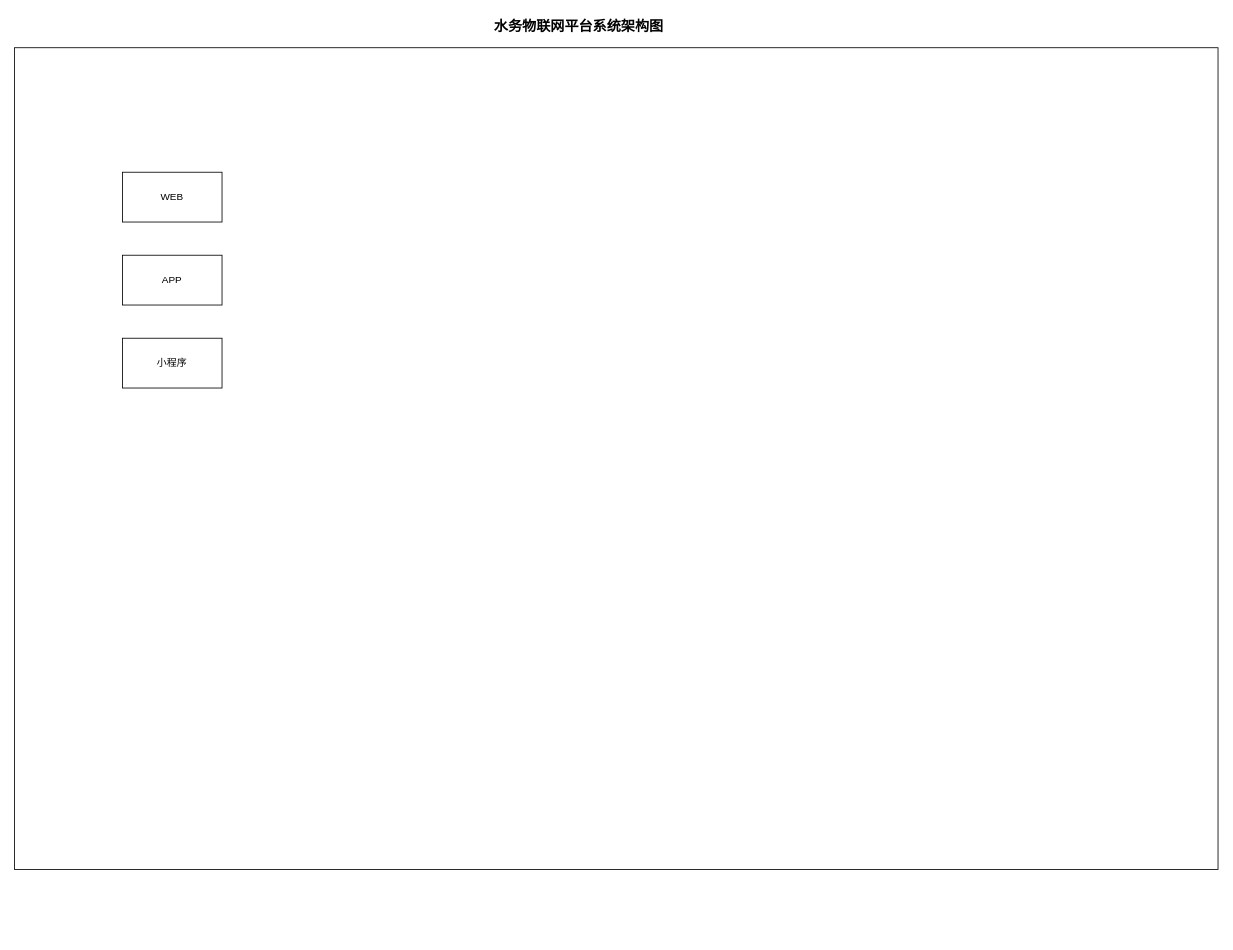
cn-wwl/draw keeps this draw.io diagram as diagrams/水务物联网平台系统架构图.drawio. Above is the earlier version. Source tidied: cells renumbered, new cells numbered last; positions are measured from the earlier drawing's top-left corner, leaving out a move shared by most shapes. Both pictures are drawn from the tidied source at 83%, with x=0, y=0 at pixel (14, 14).
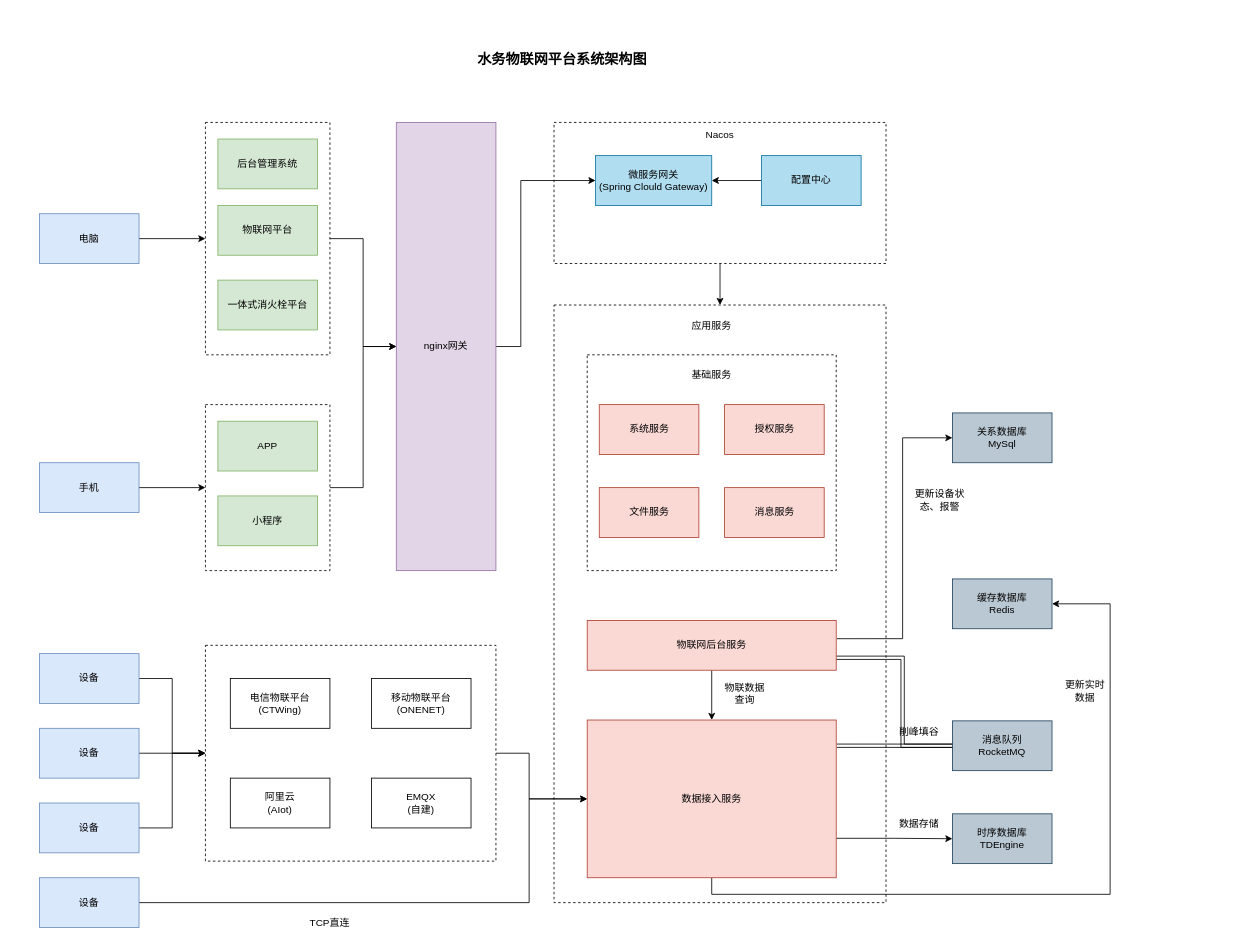
The same page after the edit.

Commit message:
更新水务物联网平台系统架构图.drawio

The edit, as a diff of the source:
```diff
@@
-    <mxCell id="2" style="rounded=0;whiteSpace=wrap;html=1;" parent="1" vertex="1">
-      <mxGeometry y="40" width="1450" height="990" as="geometry" />
-    </mxCell>
+    <mxCell id="7" style="rounded=0;whiteSpace=wrap;html=1;fillColor=none;dashed=1;" parent="1" vertex="1">
+      <mxGeometry x="650" y="350" width="400" height="720" as="geometry" />
+    </mxCell>
+    <mxCell id="8" style="edgeStyle=orthogonalEdgeStyle;rounded=0;jettySize=auto;html=1;exitX=0.5;exitY=1;exitDx=0;exitDy=0;" parent="1" edge="1" source="9" target="7">
+      <mxGeometry relative="1" as="geometry" />
+    </mxCell>
+    <mxCell id="9" style="rounded=0;whiteSpace=wrap;html=1;fillColor=none;dashed=1;" parent="1" vertex="1">
+      <mxGeometry x="650" y="130" width="400" height="170" as="geometry" />
+    </mxCell>
+    <mxCell id="10" style="edgeStyle=orthogonalEdgeStyle;rounded=0;jettySize=auto;html=1;exitX=1;exitY=0.5;exitDx=0;exitDy=0;entryX=0;entryY=0.5;entryDx=0;entryDy=0;" parent="1" edge="1" source="11" target="21">
+      <mxGeometry relative="1" as="geometry" />
+    </mxCell>
+    <mxCell id="11" style="rounded=0;whiteSpace=wrap;html=1;fillColor=none;dashed=1;" parent="1" vertex="1">
+      <mxGeometry x="230" y="470" width="150" height="200" as="geometry" />
+    </mxCell>
+    <mxCell id="12" style="edgeStyle=orthogonalEdgeStyle;rounded=0;jettySize=auto;html=1;exitX=1;exitY=0.5;exitDx=0;exitDy=0;entryX=0;entryY=0.5;entryDx=0;entryDy=0;" parent="1" edge="1" source="13" target="21">
+      <mxGeometry relative="1" as="geometry" />
+    </mxCell>
+    <mxCell id="13" style="rounded=0;whiteSpace=wrap;html=1;fillColor=none;dashed=1;" parent="1" vertex="1">
+      <mxGeometry x="230" y="130" width="150" height="280" as="geometry" />
+    </mxCell>
+    <mxCell id="14" style="edgeStyle=orthogonalEdgeStyle;rounded=0;jettySize=auto;html=1;exitX=1;exitY=0.5;exitDx=0;exitDy=0;entryX=0;entryY=0.5;entryDx=0;entryDy=0;" parent="1" edge="1" source="3" target="13">
+      <mxGeometry relative="1" as="geometry" />
+    </mxCell>
-    <mxCell id="3" value="WEB" style="rounded=0;whiteSpace=wrap;html=1;" parent="1" vertex="1">
-      <mxGeometry x="130" y="190" width="120" height="60" as="geometry" />
+    <mxCell id="3" value="电脑" style="rounded=0;whiteSpace=wrap;html=1;fillColor=#dae8fc;strokeColor=#6c8ebf;" parent="1" vertex="1">
+      <mxGeometry x="30" y="240" width="120" height="60" as="geometry" />
     </mxCell>
     <mxCell id="4" value="&lt;b&gt;&lt;font style=&quot;font-size: 17px;&quot;&gt;水务物联网平台系统架构图&lt;/font&gt;&lt;/b&gt;" style="text;html=1;align=center;verticalAlign=middle;whiteSpace=wrap;rounded=0;" parent="1" vertex="1">
-      <mxGeometry x="570" width="220" height="30" as="geometry" />
+      <mxGeometry x="550" y="40" width="220" height="30" as="geometry" />
     </mxCell>
+    <mxCell id="15" value="后台管理系统" style="rounded=0;whiteSpace=wrap;html=1;fillColor=#d5e8d4;strokeColor=#82b366;" parent="1" vertex="1">
+      <mxGeometry x="245" y="150" width="120" height="60" as="geometry" />
+    </mxCell>
+    <mxCell id="16" value="物联网平台" style="rounded=0;whiteSpace=wrap;html=1;fillColor=#d5e8d4;strokeColor=#82b366;" parent="1" vertex="1">
+      <mxGeometry x="245" y="230" width="120" height="60" as="geometry" />
+    </mxCell>
+    <mxCell id="17" value="一体式消火栓平台" style="rounded=0;whiteSpace=wrap;html=1;fillColor=#d5e8d4;strokeColor=#82b366;" parent="1" vertex="1">
+      <mxGeometry x="245" y="320" width="120" height="60" as="geometry" />
+    </mxCell>
-    <mxCell id="5" value="小程序" style="rounded=0;whiteSpace=wrap;html=1;" parent="1" vertex="1">
-      <mxGeometry x="130" y="390" width="120" height="60" as="geometry" />
+    <mxCell id="5" value="小程序" style="rounded=0;whiteSpace=wrap;html=1;fillColor=#d5e8d4;strokeColor=#82b366;" parent="1" vertex="1">
+      <mxGeometry x="245" y="580" width="120" height="60" as="geometry" />
     </mxCell>
-    <mxCell id="6" value="APP" style="rounded=0;whiteSpace=wrap;html=1;" parent="1" vertex="1">
-      <mxGeometry x="130" y="290" width="120" height="60" as="geometry" />
+    <mxCell id="6" value="APP" style="rounded=0;whiteSpace=wrap;html=1;fillColor=#d5e8d4;strokeColor=#82b366;" parent="1" vertex="1">
+      <mxGeometry x="245" y="490" width="120" height="60" as="geometry" />
     </mxCell>
+    <mxCell id="18" style="edgeStyle=orthogonalEdgeStyle;rounded=0;jettySize=auto;html=1;exitX=1;exitY=0.5;exitDx=0;exitDy=0;entryX=0;entryY=0.5;entryDx=0;entryDy=0;" parent="1" edge="1" source="19" target="11">
+      <mxGeometry relative="1" as="geometry" />
+    </mxCell>
+    <mxCell id="19" value="手机" style="rounded=0;whiteSpace=wrap;html=1;fillColor=#dae8fc;strokeColor=#6c8ebf;" parent="1" vertex="1">
+      <mxGeometry x="30" y="540" width="120" height="60" as="geometry" />
+    </mxCell>
+    <mxCell id="20" style="edgeStyle=orthogonalEdgeStyle;rounded=0;jettySize=auto;html=1;exitX=1;exitY=0.5;exitDx=0;exitDy=0;entryX=0;entryY=0.5;entryDx=0;entryDy=0;" parent="1" edge="1" source="21" target="53">
+      <mxGeometry relative="1" as="geometry">
+        <Array as="points">
+          <mxPoint x="610" y="400" />
+          <mxPoint x="610" y="200" />
+        </Array>
+      </mxGeometry>
+    </mxCell>
+    <mxCell id="21" value="nginx网关" style="rounded=0;whiteSpace=wrap;html=1;fillColor=#e1d5e7;strokeColor=#9673a6;" parent="1" vertex="1">
+      <mxGeometry x="460" y="130" width="120" height="540" as="geometry" />
+    </mxCell>
+    <mxCell id="22" style="rounded=0;whiteSpace=wrap;html=1;fillColor=none;dashed=1;" parent="1" vertex="1">
+      <mxGeometry x="690" y="410" width="300" height="260" as="geometry" />
+    </mxCell>
+    <mxCell id="23" value="基础服务" style="text;html=1;align=center;verticalAlign=middle;whiteSpace=wrap;rounded=0;" parent="1" vertex="1">
+      <mxGeometry x="810" y="420" width="60" height="30" as="geometry" />
+    </mxCell>
+    <mxCell id="24" value="系统服务" style="rounded=0;whiteSpace=wrap;html=1;fillColor=#fad9d5;strokeColor=#ae4132;" parent="1" vertex="1">
+      <mxGeometry x="704.5" y="470" width="120" height="60" as="geometry" />
+    </mxCell>
+    <mxCell id="25" value="关系数据库&lt;div&gt;MySql&lt;/div&gt;" style="rounded=0;whiteSpace=wrap;html=1;fillColor=#bac8d3;strokeColor=#23445d;" parent="1" vertex="1">
+      <mxGeometry x="1130" y="480" width="120" height="60" as="geometry" />
+    </mxCell>
+    <mxCell id="26" value="授权服务" style="rounded=0;whiteSpace=wrap;html=1;fillColor=#fad9d5;strokeColor=#ae4132;" parent="1" vertex="1">
+      <mxGeometry x="855.5" y="470" width="120" height="60" as="geometry" />
+    </mxCell>
+    <mxCell id="27" value="文件服务" style="rounded=0;whiteSpace=wrap;html=1;fillColor=#fad9d5;strokeColor=#ae4132;" parent="1" vertex="1">
+      <mxGeometry x="704.5" y="570" width="120" height="60" as="geometry" />
+    </mxCell>
+    <mxCell id="28" value="消息服务" style="rounded=0;whiteSpace=wrap;html=1;fillColor=#fad9d5;strokeColor=#ae4132;" parent="1" vertex="1">
+      <mxGeometry x="855.5" y="570" width="120" height="60" as="geometry" />
+    </mxCell>
+    <mxCell id="29" style="edgeStyle=orthogonalEdgeStyle;rounded=0;jettySize=auto;html=1;exitX=0.5;exitY=1;exitDx=0;exitDy=0;entryX=0.5;entryY=0;entryDx=0;entryDy=0;" parent="1" edge="1" source="32" target="51">
+      <mxGeometry relative="1" as="geometry" />
+    </mxCell>
+    <mxCell id="30" style="edgeStyle=orthogonalEdgeStyle;rounded=0;jettySize=auto;html=1;exitX=1.003;exitY=0.367;exitDx=0;exitDy=0;exitPerimeter=0;entryX=0;entryY=0.5;entryDx=0;entryDy=0;" parent="1" edge="1" source="32" target="25">
+      <mxGeometry relative="1" as="geometry">
+        <Array as="points">
+          <mxPoint x="1070" y="752" />
+          <mxPoint x="1070" y="510" />
+        </Array>
+      </mxGeometry>
+    </mxCell>
+    <mxCell id="31" style="edgeStyle=orthogonalEdgeStyle;rounded=0;jettySize=auto;html=1;exitX=1;exitY=0.75;exitDx=0;exitDy=0;entryX=0;entryY=0.5;entryDx=0;entryDy=0;shape=link;" parent="1" edge="1" source="32" target="36">
+      <mxGeometry relative="1" as="geometry">
+        <Array as="points">
+          <mxPoint x="1070" y="775" />
+          <mxPoint x="1070" y="881" />
+        </Array>
+      </mxGeometry>
+    </mxCell>
+    <mxCell id="32" value="物联网后台服务" style="rounded=0;whiteSpace=wrap;html=1;fillColor=#fad9d5;strokeColor=#ae4132;" parent="1" vertex="1">
+      <mxGeometry x="690" y="730" width="300" height="60" as="geometry" />
+    </mxCell>
+    <mxCell id="33" value="时序数据库&lt;div&gt;TDEngine&lt;/div&gt;" style="rounded=0;whiteSpace=wrap;html=1;fillColor=#bac8d3;strokeColor=#23445d;" parent="1" vertex="1">
+      <mxGeometry x="1130" y="963" width="120" height="60" as="geometry" />
+    </mxCell>
+    <mxCell id="34" value="缓存数据库&lt;div&gt;Redis&lt;/div&gt;" style="rounded=0;whiteSpace=wrap;html=1;fillColor=#bac8d3;strokeColor=#23445d;" parent="1" vertex="1">
+      <mxGeometry x="1130" y="680" width="120" height="60" as="geometry" />
+    </mxCell>
+    <mxCell id="35" style="edgeStyle=orthogonalEdgeStyle;rounded=0;jettySize=auto;html=1;entryX=1;entryY=0.5;entryDx=0;entryDy=0;" parent="1" edge="1" target="34">
+      <mxGeometry relative="1" as="geometry">
+        <mxPoint x="840" y="1040" as="sourcePoint" />
+        <Array as="points">
+          <mxPoint x="840" y="1060" />
+          <mxPoint x="1320" y="1060" />
+          <mxPoint x="1320" y="710" />
+        </Array>
+      </mxGeometry>
+    </mxCell>
+    <mxCell id="36" value="消息队列&lt;div&gt;RocketMQ&lt;/div&gt;" style="rounded=0;whiteSpace=wrap;html=1;fillColor=#bac8d3;strokeColor=#23445d;" parent="1" vertex="1">
+      <mxGeometry x="1130" y="851" width="120" height="60" as="geometry" />
+    </mxCell>
+    <mxCell id="37" style="edgeStyle=orthogonalEdgeStyle;rounded=0;jettySize=auto;html=1;exitX=1;exitY=0.5;exitDx=0;exitDy=0;entryX=0;entryY=0.5;entryDx=0;entryDy=0;" parent="1" edge="1" source="38" target="44">
+      <mxGeometry relative="1" as="geometry" />
+    </mxCell>
+    <mxCell id="38" value="设备" style="rounded=0;whiteSpace=wrap;html=1;fillColor=#dae8fc;strokeColor=#6c8ebf;" parent="1" vertex="1">
+      <mxGeometry x="30" y="770" width="120" height="60" as="geometry" />
+    </mxCell>
+    <mxCell id="39" style="edgeStyle=orthogonalEdgeStyle;rounded=0;jettySize=auto;html=1;exitX=1;exitY=0.5;exitDx=0;exitDy=0;" parent="1" edge="1" source="40">
+      <mxGeometry relative="1" as="geometry">
+        <mxPoint x="230" y="890" as="targetPoint" />
+      </mxGeometry>
+    </mxCell>
+    <mxCell id="40" value="设备" style="rounded=0;whiteSpace=wrap;html=1;fillColor=#dae8fc;strokeColor=#6c8ebf;" parent="1" vertex="1">
+      <mxGeometry x="30" y="860" width="120" height="60" as="geometry" />
+    </mxCell>
+    <mxCell id="41" style="edgeStyle=orthogonalEdgeStyle;rounded=0;jettySize=auto;html=1;exitX=1;exitY=0.5;exitDx=0;exitDy=0;entryX=0;entryY=0.5;entryDx=0;entryDy=0;" parent="1" edge="1" source="42" target="51">
+      <mxGeometry relative="1" as="geometry">
+        <Array as="points">
+          <mxPoint x="620" y="1070" />
+          <mxPoint x="620" y="945" />
+        </Array>
+      </mxGeometry>
+    </mxCell>
+    <mxCell id="42" value="设备" style="rounded=0;whiteSpace=wrap;html=1;fillColor=#dae8fc;strokeColor=#6c8ebf;" parent="1" vertex="1">
+      <mxGeometry x="30" y="1040" width="120" height="60" as="geometry" />
+    </mxCell>
+    <mxCell id="43" style="edgeStyle=orthogonalEdgeStyle;rounded=0;jettySize=auto;html=1;exitX=1;exitY=0.5;exitDx=0;exitDy=0;entryX=0;entryY=0.5;entryDx=0;entryDy=0;" parent="1" edge="1" source="44" target="51">
+      <mxGeometry relative="1" as="geometry">
+        <Array as="points">
+          <mxPoint x="620" y="890" />
+          <mxPoint x="620" y="945" />
+        </Array>
+      </mxGeometry>
+    </mxCell>
+    <mxCell id="44" style="rounded=0;whiteSpace=wrap;html=1;fillColor=none;dashed=1;" parent="1" vertex="1">
+      <mxGeometry x="230" y="760" width="350" height="260" as="geometry" />
+    </mxCell>
+    <mxCell id="45" value="电信物联平台(CTWing)" style="rounded=0;whiteSpace=wrap;html=1;" parent="1" vertex="1">
+      <mxGeometry x="260" y="800" width="120" height="60" as="geometry" />
+    </mxCell>
+    <mxCell id="46" value="移动物联平台(ONENET&lt;span style=&quot;background-color: transparent; color: light-dark(rgb(0, 0, 0), rgb(255, 255, 255));&quot;&gt;)&lt;/span&gt;" style="rounded=0;whiteSpace=wrap;html=1;" parent="1" vertex="1">
+      <mxGeometry x="430" y="800" width="120" height="60" as="geometry" />
+    </mxCell>
+    <mxCell id="47" value="阿里云&lt;div&gt;(AIot)&lt;/div&gt;" style="rounded=0;whiteSpace=wrap;html=1;" parent="1" vertex="1">
+      <mxGeometry x="260" y="920" width="120" height="60" as="geometry" />
+    </mxCell>
+    <mxCell id="48" value="EMQX&lt;div&gt;(自建)&lt;/div&gt;" style="rounded=0;whiteSpace=wrap;html=1;" parent="1" vertex="1">
+      <mxGeometry x="430" y="920" width="120" height="60" as="geometry" />
+    </mxCell>
+    <mxCell id="49" style="edgeStyle=orthogonalEdgeStyle;rounded=0;jettySize=auto;html=1;entryX=0;entryY=0.5;entryDx=0;entryDy=0;shape=link;exitX=1.003;exitY=0.163;exitDx=0;exitDy=0;exitPerimeter=0;" parent="1" edge="1" source="51" target="36">
+      <mxGeometry relative="1" as="geometry" />
+    </mxCell>
+    <mxCell id="50" style="edgeStyle=orthogonalEdgeStyle;rounded=0;jettySize=auto;html=1;exitX=1;exitY=0.75;exitDx=0;exitDy=0;entryX=0;entryY=0.5;entryDx=0;entryDy=0;" parent="1" edge="1" source="51" target="33">
+      <mxGeometry relative="1" as="geometry" />
+    </mxCell>
+    <mxCell id="51" value="数据接入服务" style="rounded=0;whiteSpace=wrap;html=1;fillColor=#fad9d5;strokeColor=#ae4132;" parent="1" vertex="1">
+      <mxGeometry x="690" y="850" width="300" height="190" as="geometry" />
+    </mxCell>
+    <mxCell id="52" value="Nacos" style="text;html=1;align=center;verticalAlign=middle;whiteSpace=wrap;rounded=0;" parent="1" vertex="1">
+      <mxGeometry x="820" y="130" width="60" height="30" as="geometry" />
+    </mxCell>
+    <mxCell id="53" value="微服务网关&lt;div&gt;(Spring Clould Gateway)&lt;/div&gt;" style="rounded=0;whiteSpace=wrap;html=1;fillColor=#b1ddf0;strokeColor=#10739e;" parent="1" vertex="1">
+      <mxGeometry x="700" y="170" width="140" height="60" as="geometry" />
+    </mxCell>
+    <mxCell id="54" style="edgeStyle=orthogonalEdgeStyle;rounded=0;jettySize=auto;html=1;exitX=0;exitY=0.5;exitDx=0;exitDy=0;" parent="1" edge="1" source="55" target="53">
+      <mxGeometry relative="1" as="geometry" />
+    </mxCell>
+    <mxCell id="55" value="配置中心" style="rounded=0;whiteSpace=wrap;html=1;fillColor=#b1ddf0;strokeColor=#10739e;" parent="1" vertex="1">
+      <mxGeometry x="900" y="170" width="120" height="60" as="geometry" />
+    </mxCell>
+    <mxCell id="56" value="应用服务" style="text;html=1;align=center;verticalAlign=middle;whiteSpace=wrap;rounded=0;" parent="1" vertex="1">
+      <mxGeometry x="810" y="360" width="60" height="30" as="geometry" />
+    </mxCell>
+    <mxCell id="57" style="edgeStyle=orthogonalEdgeStyle;rounded=0;jettySize=auto;html=1;exitX=1;exitY=0.5;exitDx=0;exitDy=0;entryX=0;entryY=0.5;entryDx=0;entryDy=0;" parent="1" edge="1" source="58" target="44">
+      <mxGeometry relative="1" as="geometry" />
+    </mxCell>
+    <mxCell id="58" value="设备" style="rounded=0;whiteSpace=wrap;html=1;fillColor=#dae8fc;strokeColor=#6c8ebf;" parent="1" vertex="1">
+      <mxGeometry x="30" y="950" width="120" height="60" as="geometry" />
+    </mxCell>
+    <mxCell id="59" value="TCP直连" style="text;html=1;align=center;verticalAlign=middle;whiteSpace=wrap;rounded=0;" parent="1" vertex="1">
+      <mxGeometry x="350" y="1080" width="60" height="30" as="geometry" />
+    </mxCell>
+    <mxCell id="60" value="更新实时数据" style="text;html=1;align=center;verticalAlign=middle;whiteSpace=wrap;rounded=0;" parent="1" vertex="1">
+      <mxGeometry x="1260" y="800" width="60" height="30" as="geometry" />
+    </mxCell>
+    <mxCell id="61" value="数据存储" style="text;html=1;align=center;verticalAlign=middle;whiteSpace=wrap;rounded=0;" parent="1" vertex="1">
+      <mxGeometry x="1060" y="960" width="60" height="30" as="geometry" />
+    </mxCell>
+    <mxCell id="62" value="物联数据查询" style="text;html=1;align=center;verticalAlign=middle;whiteSpace=wrap;rounded=0;" parent="1" vertex="1">
+      <mxGeometry x="850" y="803" width="60" height="30" as="geometry" />
+    </mxCell>
+    <mxCell id="63" value="更新设备状态、报警" style="text;html=1;align=center;verticalAlign=middle;whiteSpace=wrap;rounded=0;" parent="1" vertex="1">
+      <mxGeometry x="1080" y="570" width="70" height="30" as="geometry" />
+    </mxCell>
+    <mxCell id="64" value="削峰填谷" style="text;html=1;align=center;verticalAlign=middle;whiteSpace=wrap;rounded=0;" parent="1" vertex="1">
+      <mxGeometry x="1060" y="850" width="60" height="30" as="geometry" />
+    </mxCell>
```
